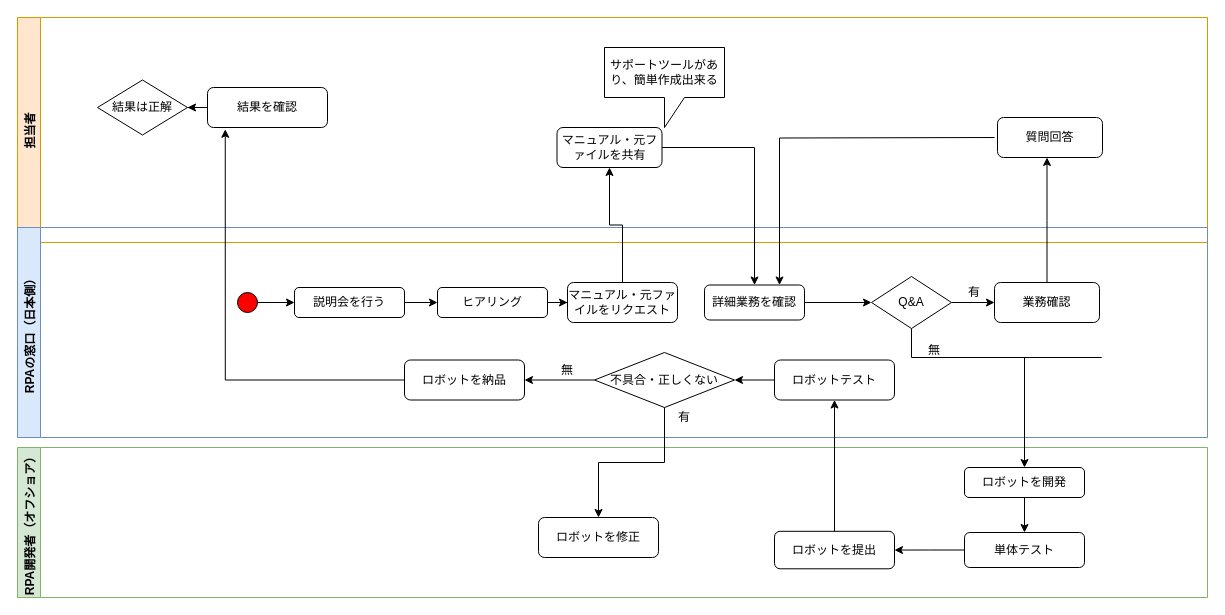
thanhnt0804/hello keeps this draw.io diagram as 現在の流れ.drawio. Above is the earlier version. Source tidied: cells renumbered, new cells numbered last; positions are measured from the earlier drawing's top-left corner, leaving out a move shared by most shapes. Both pictures are drawn from the tidied source at 100%, with x=0, y=0 at pixel (17, 17).
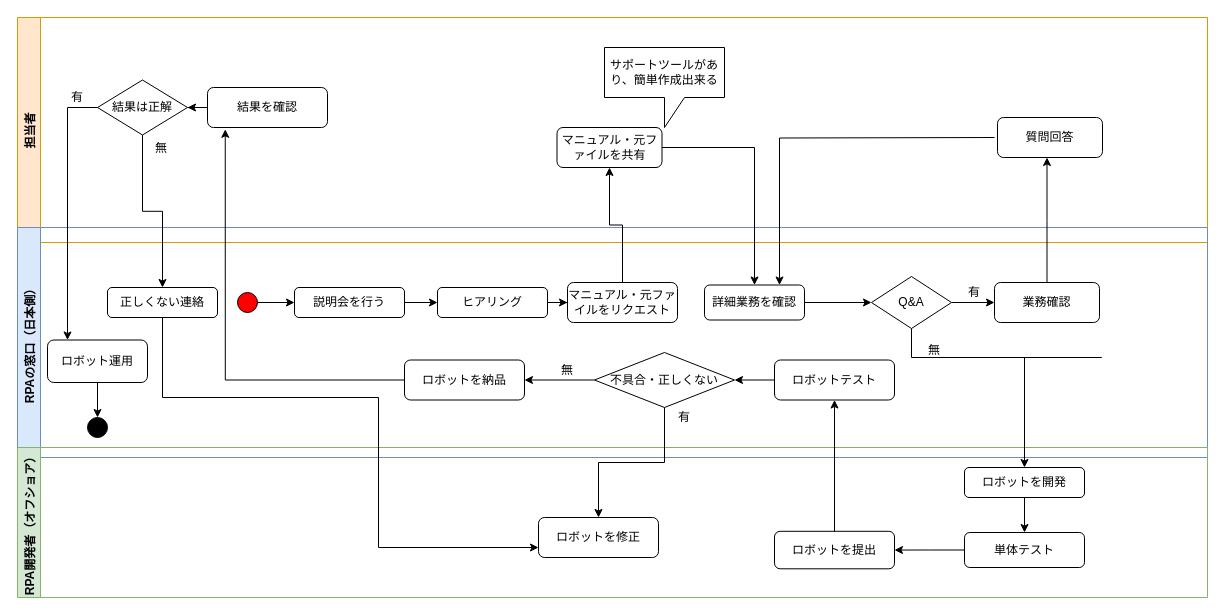
Above is the later version.

Commit message (it also covers changes not shown here):
Update 現在の流れ.drawio

Unchanged cells that the change refers to:
```xml
<mxCell id="2" value="担当者" style="swimlane;horizontal=0;fillColor=#ffe6cc;strokeColor=#d79b00;" parent="1" vertex="1">
  <mxGeometry width="1190" height="225" as="geometry" />
</mxCell>
<mxCell id="8" value="結果は正解" style="rhombus;whiteSpace=wrap;html=1;strokeColor=#000000;fillColor=#FFFFFF;" parent="2" vertex="1">
  <mxGeometry x="80" y="62.5" width="90" height="55" as="geometry" />
</mxCell>
<mxCell id="37" value="ロボットを修正" style="rounded=1;whiteSpace=wrap;html=1;strokeColor=#000000;fillColor=#FFFFFF;" parent="31" vertex="1">
  <mxGeometry x="521" y="70" width="120" height="40" as="geometry" />
</mxCell>
```

What changed in the source:
```diff
@@
+    <mxCell id="46" value="有" style="text;html=1;strokeColor=none;fillColor=none;align=center;verticalAlign=middle;whiteSpace=wrap;rounded=0;" parent="2" vertex="1">
+      <mxGeometry x="40" y="70" width="40" height="20" as="geometry" />
+    </mxCell>
+    <mxCell id="47" value="無" style="text;html=1;strokeColor=none;fillColor=none;align=center;verticalAlign=middle;whiteSpace=wrap;rounded=0;" parent="2" vertex="1">
+      <mxGeometry x="124" y="121" width="40" height="20" as="geometry" />
+    </mxCell>
     <mxCell id="9" value="RPAの窓口（日本側）" style="swimlane;horizontal=0;fillColor=#dae8fc;strokeColor=#6c8ebf;" parent="1" vertex="1">
-      <mxGeometry y="210" width="1190" height="210" as="geometry" />
+      <mxGeometry y="210" width="1190" height="230" as="geometry" />
     </mxCell>
@@
+    <mxCell id="48" value="正しくない連絡" style="rounded=1;whiteSpace=wrap;html=1;strokeColor=#000000;fillColor=#FFFFFF;" parent="9" vertex="1">
+      <mxGeometry x="90" y="60" width="110" height="30" as="geometry" />
+    </mxCell>
+    <mxCell id="49" style="edgeStyle=orthogonalEdgeStyle;rounded=0;jettySize=auto;html=1;entryX=0.5;entryY=0;entryDx=0;entryDy=0;" parent="9" edge="1" source="50" target="51">
+      <mxGeometry relative="1" as="geometry" />
+    </mxCell>
+    <mxCell id="50" value="ロボット運用" style="rounded=1;whiteSpace=wrap;html=1;strokeColor=#000000;fillColor=#FFFFFF;" parent="9" vertex="1">
+      <mxGeometry x="30" y="112.5" width="100" height="42.5" as="geometry" />
+    </mxCell>
+    <mxCell id="51" style="ellipse;whiteSpace=wrap;html=1;strokeColor=#000000;fillColor=#000000;" parent="9" vertex="1">
+      <mxGeometry x="70" y="190" width="20" height="20" as="geometry" />
+    </mxCell>
@@
+    <mxCell id="52" style="edgeStyle=orthogonalEdgeStyle;rounded=0;jettySize=auto;html=1;" parent="1" edge="1" source="8" target="48">
+      <mxGeometry relative="1" as="geometry" />
+    </mxCell>
+    <mxCell id="53" style="edgeStyle=orthogonalEdgeStyle;rounded=0;jettySize=auto;html=1;entryX=0;entryY=0.75;entryDx=0;entryDy=0;" parent="1" edge="1" source="48" target="37">
+      <mxGeometry relative="1" as="geometry">
+        <Array as="points">
+          <mxPoint x="145" y="380" />
+          <mxPoint x="361" y="380" />
+          <mxPoint x="361" y="530" />
+        </Array>
+      </mxGeometry>
+    </mxCell>
+    <mxCell id="54" style="edgeStyle=orthogonalEdgeStyle;rounded=0;jettySize=auto;html=1;" parent="1" edge="1" source="8" target="50">
+      <mxGeometry relative="1" as="geometry">
+        <Array as="points">
+          <mxPoint x="50" y="90" />
+        </Array>
+      </mxGeometry>
+    </mxCell>
```
